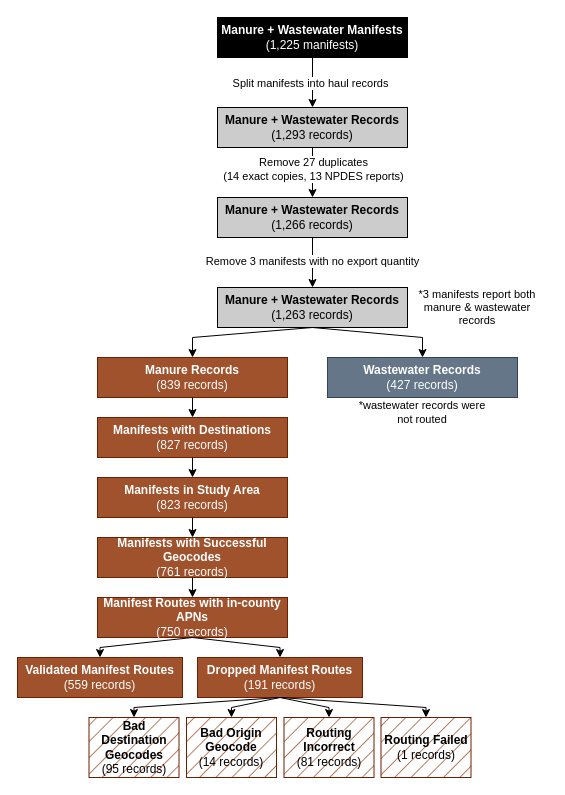
reglab/ca-dairy-accounting keeps this draw.io diagram as outputs/results/figures/Figure_S6_Manifest_Flowchart.drawio. Above is the earlier version. Source tidied: cells renumbered, new cells numbered last; positions are measured from the earlier drawing's top-left corner, leaving out a move shared by most shapes. Both pictures are drawn from the tidied source at 100%, with x=0, y=0 at pixel (17, 17).
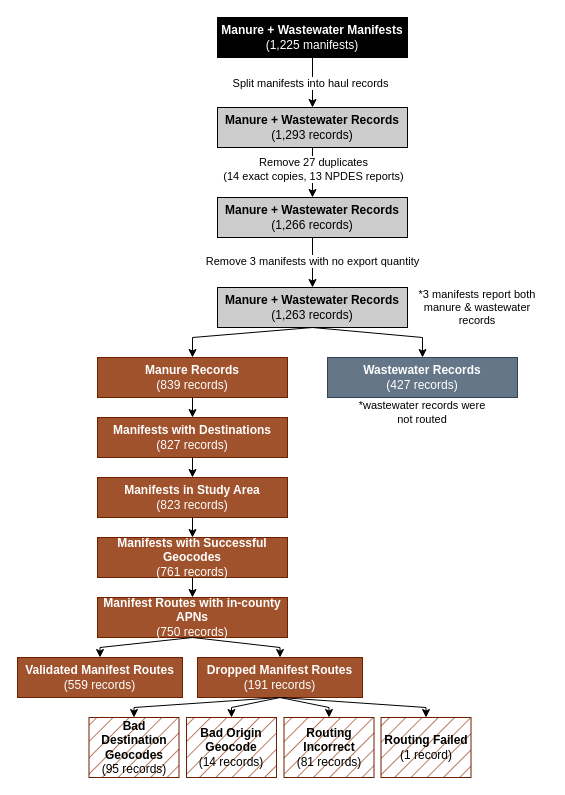
The same diagram, later.

Commit message (it also covers changes not shown here):
Minor updates to data flow figures

What changed in the source:
```diff
@@
-    <mxCell id="36" value="&lt;div&gt;&lt;span style=&quot;background-color: transparent;&quot;&gt;&lt;b&gt;Routing Failed&lt;/b&gt;&lt;/span&gt;&lt;/div&gt;&lt;div&gt;&lt;span style=&quot;background-color: transparent;&quot;&gt;(1 records)&lt;/span&gt;&lt;/div&gt;" style="whiteSpace=wrap;html=1;fillColor=#a0522d;fontColor=#000000;strokeColor=#6D1F00;fillStyle=hatch;" parent="1" vertex="1">
+    <mxCell id="36" value="&lt;div&gt;&lt;span style=&quot;background-color: transparent;&quot;&gt;&lt;b&gt;Routing Failed&lt;/b&gt;&lt;/span&gt;&lt;/div&gt;&lt;div&gt;&lt;span style=&quot;background-color: transparent;&quot;&gt;(1 record)&lt;/span&gt;&lt;/div&gt;" style="whiteSpace=wrap;html=1;fillColor=#a0522d;fontColor=#000000;strokeColor=#6D1F00;fillStyle=hatch;" parent="1" vertex="1">
       <mxGeometry x="363.5" y="700" width="90" height="60" as="geometry" />
     </mxCell>
```
